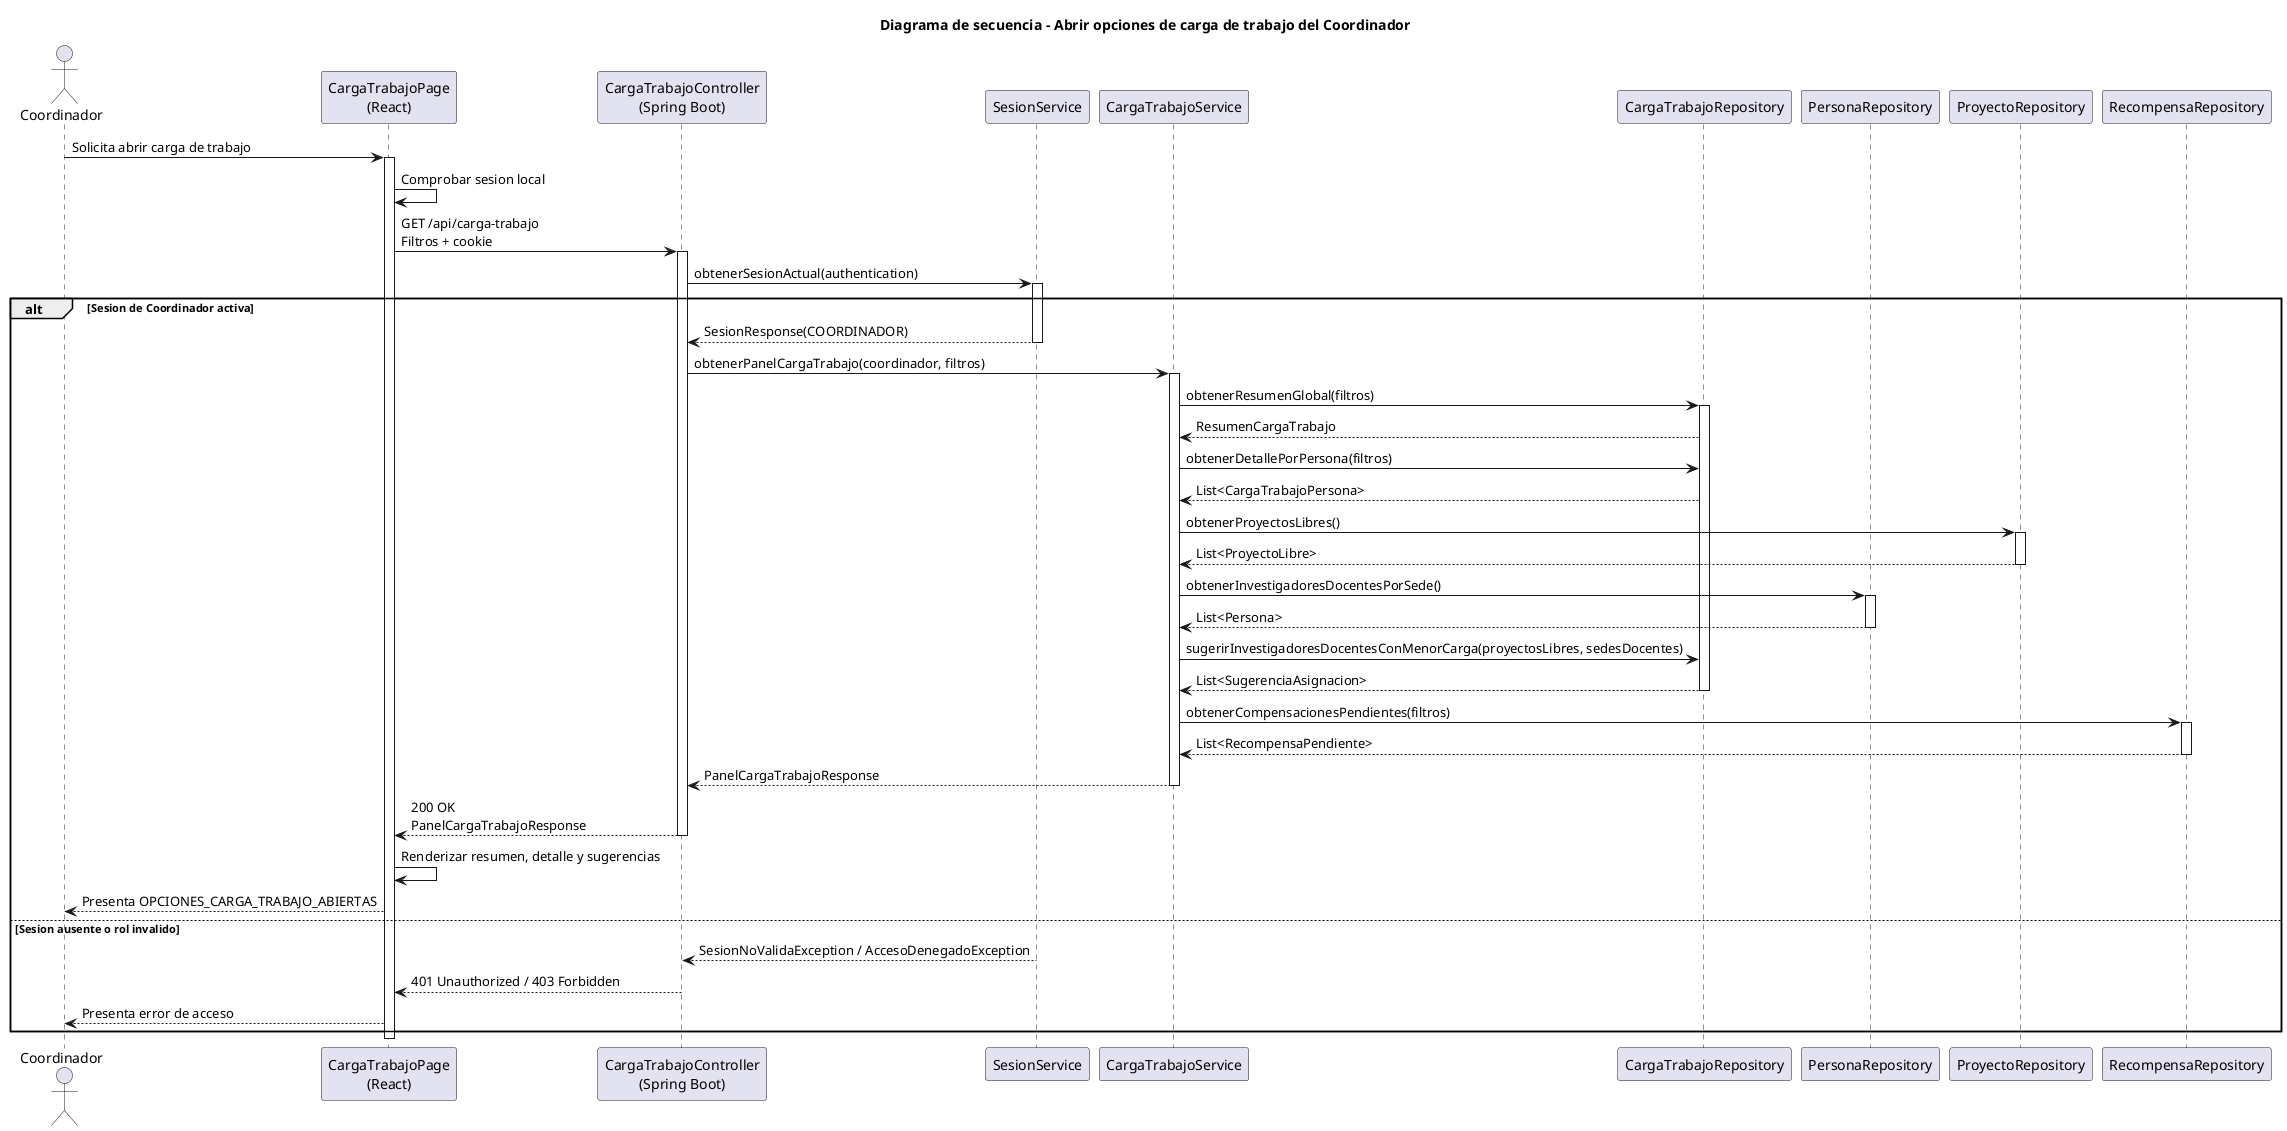
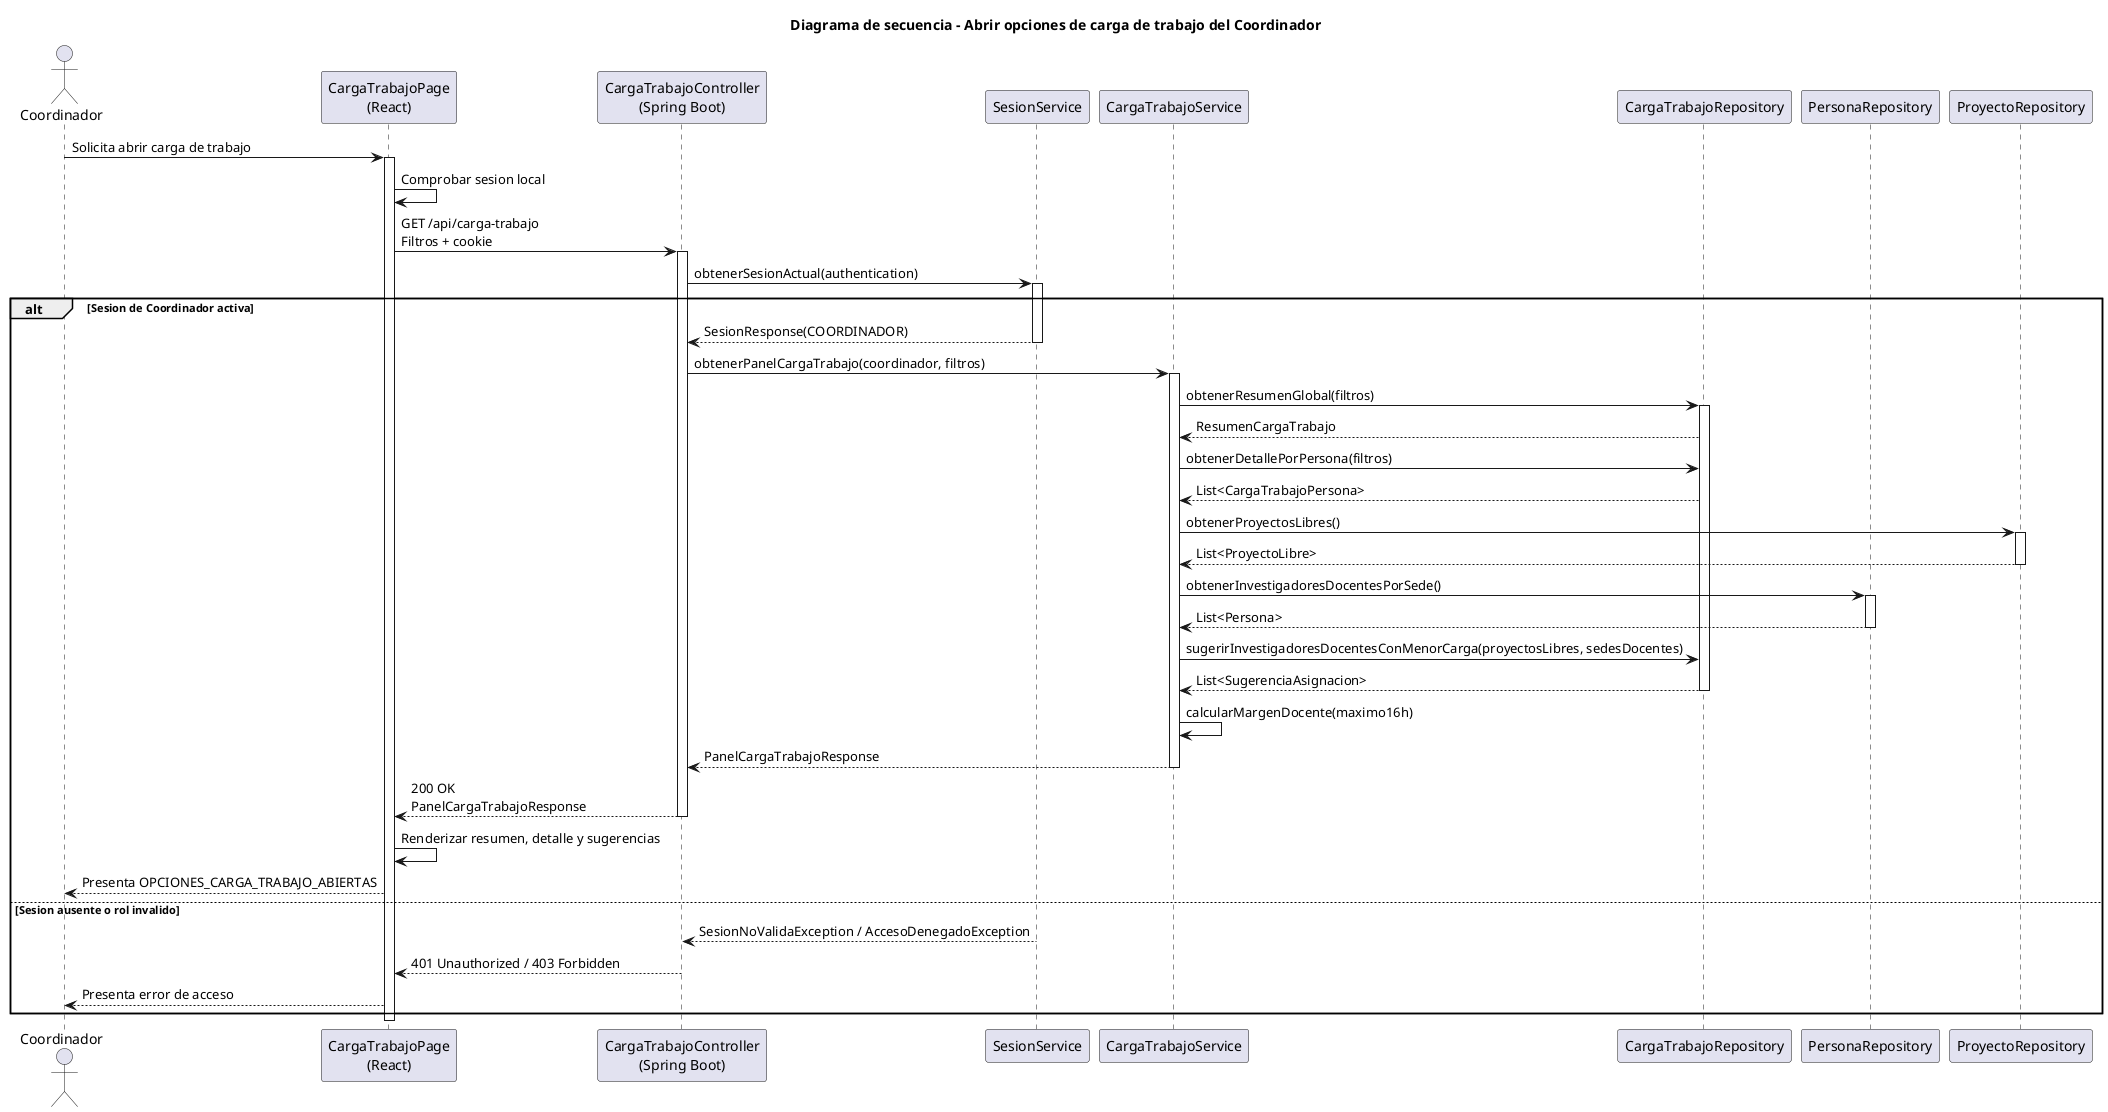
@startuml abrirOpcionesCargaTrabajo-coordinador-diseno
title Diagrama de secuencia - Abrir opciones de carga de trabajo del Coordinador

actor Coordinador
participant "CargaTrabajoPage\n(React)" as Frontend
participant "CargaTrabajoController\n(Spring Boot)" as Api
participant "SesionService" as Sesion
participant "CargaTrabajoService" as Service
participant "CargaTrabajoRepository" as CargaRepo
participant "PersonaRepository" as PersonaRepo
participant "ProyectoRepository" as ProyectoRepo
- participant "RecompensaRepository" as RecompensaRepo

Coordinador -> Frontend: Solicita abrir carga de trabajo
activate Frontend
Frontend -> Frontend: Comprobar sesion local
Frontend -> Api: GET /api/carga-trabajo\nFiltros + cookie
activate Api
Api -> Sesion: obtenerSesionActual(authentication)
activate Sesion
alt Sesion de Coordinador activa
    Sesion --> Api: SesionResponse(COORDINADOR)
    deactivate Sesion
    Api -> Service: obtenerPanelCargaTrabajo(coordinador, filtros)
    activate Service
    Service -> CargaRepo: obtenerResumenGlobal(filtros)
    activate CargaRepo
    CargaRepo --> Service: ResumenCargaTrabajo
    Service -> CargaRepo: obtenerDetallePorPersona(filtros)
    CargaRepo --> Service: List<CargaTrabajoPersona>
    Service -> ProyectoRepo: obtenerProyectosLibres()
    activate ProyectoRepo
    ProyectoRepo --> Service: List<ProyectoLibre>
    deactivate ProyectoRepo
    Service -> PersonaRepo: obtenerInvestigadoresDocentesPorSede()
    activate PersonaRepo
    PersonaRepo --> Service: List<Persona>
    deactivate PersonaRepo
    Service -> CargaRepo: sugerirInvestigadoresDocentesConMenorCarga(proyectosLibres, sedesDocentes)
    CargaRepo --> Service: List<SugerenciaAsignacion>
    deactivate CargaRepo
-     Service -> RecompensaRepo: obtenerCompensacionesPendientes(filtros)
-     activate RecompensaRepo
-     RecompensaRepo --> Service: List<RecompensaPendiente>
-     deactivate RecompensaRepo
+     Service -> Service: calcularMargenDocente(maximo16h)
    Service --> Api: PanelCargaTrabajoResponse
    deactivate Service
    Api --> Frontend: 200 OK\nPanelCargaTrabajoResponse
    deactivate Api
    Frontend -> Frontend: Renderizar resumen, detalle y sugerencias
    Frontend --> Coordinador: Presenta OPCIONES_CARGA_TRABAJO_ABIERTAS
else Sesion ausente o rol invalido
    Sesion --> Api: SesionNoValidaException / AccesoDenegadoException
    deactivate Sesion
    Api --> Frontend: 401 Unauthorized / 403 Forbidden
    deactivate Api
    Frontend --> Coordinador: Presenta error de acceso
end
deactivate Frontend
@enduml
